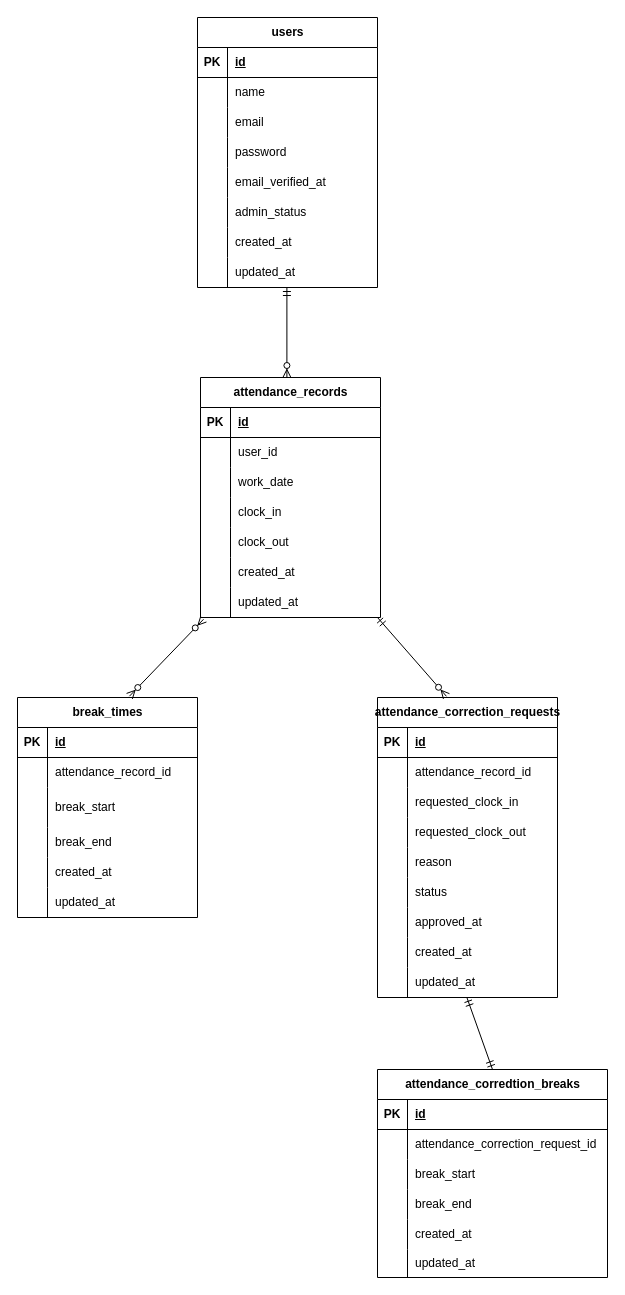
The draw.io diagram docs/er.drawio in ma-in-ko/attendance-app, before the edit. Source tidied: cells renumbered, new cells numbered last; positions are measured from the earlier drawing's top-left corner, leaving out a move shared by most shapes. Both pictures are drawn from the tidied source at 100%, with x=0, y=0 at pixel (17, 17).
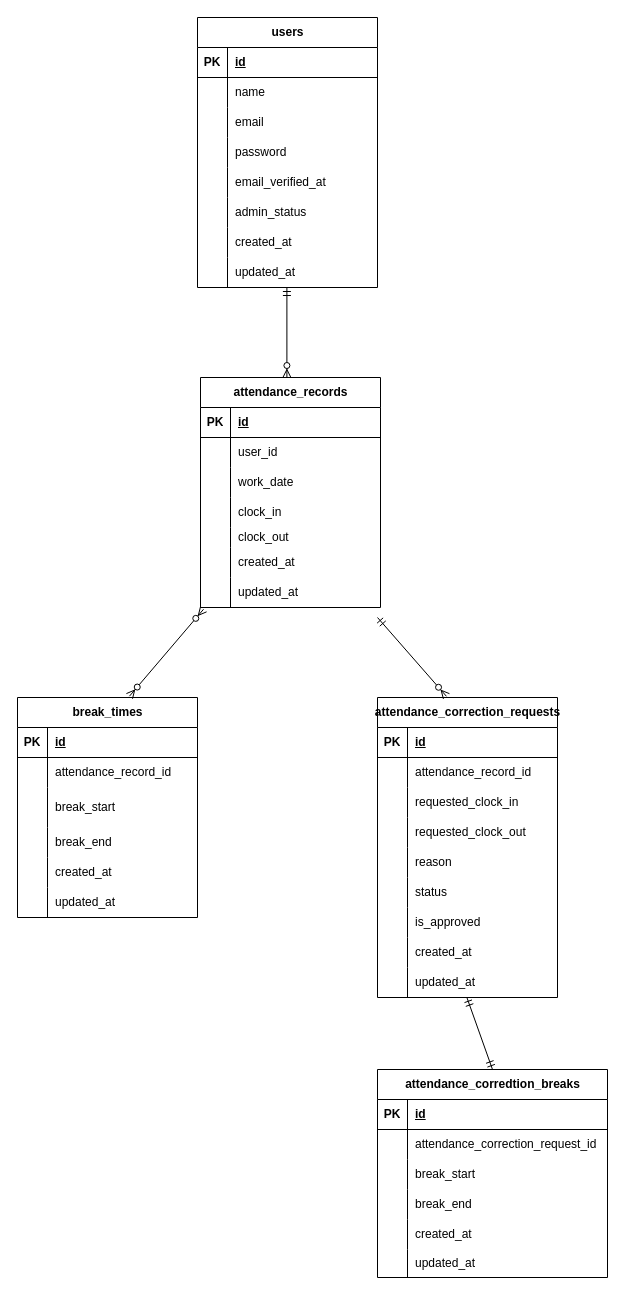
After the change.

The change refers to these unchanged cells:
```xml
<mxCell id="87" style="shape=tableRow;horizontal=0;startSize=0;swimlaneHead=0;swimlaneBody=0;fillColor=none;top=0;left=0;right=0;bottom=0;" parent="68" vertex="1">
  <mxGeometry y="210" width="180" height="30" as="geometry" />
</mxCell>
```

Diff of the diagram source:
```diff
@@
     <mxCell id="27" value="attendance_records" style="shape=table;startSize=30;childLayout=tableLayout;rowLines=0;fontStyle=1;align=center;html=1;" parent="1" vertex="1">
-      <mxGeometry x="183" y="360" width="180" height="240" as="geometry" />
+      <mxGeometry x="183" y="360" width="180" height="230" as="geometry" />
     </mxCell>
@@
     <mxCell id="40" style="shape=tableRow;horizontal=0;startSize=0;swimlaneHead=0;swimlaneBody=0;fillColor=none;top=0;left=0;right=0;bottom=0;" parent="27" vertex="1">
-      <mxGeometry y="150" width="180" height="30" as="geometry" />
+      <mxGeometry y="150" width="180" height="20" as="geometry" />
     </mxCell>
     <mxCell id="41" style="shape=partialRectangle;fillColor=none;top=0;left=0;bottom=0;right=0;overflow=hidden;whiteSpace=wrap;html=1;" parent="40" vertex="1">
-      <mxGeometry width="30" height="30" as="geometry" />
+      <mxGeometry width="30" height="20" as="geometry" />
     </mxCell>
     <mxCell id="42" value="clock_out" style="shape=partialRectangle;fillColor=none;top=0;left=0;bottom=0;right=0;align=left;spacingLeft=6;overflow=hidden;whiteSpace=wrap;html=1;" parent="40" vertex="1">
-      <mxGeometry x="30" width="150" height="30" as="geometry" />
+      <mxGeometry x="30" width="150" height="20" as="geometry" />
     </mxCell>
     <mxCell id="43" style="shape=tableRow;horizontal=0;startSize=0;swimlaneHead=0;swimlaneBody=0;fillColor=none;top=0;left=0;right=0;bottom=0;" parent="27" vertex="1">
-      <mxGeometry y="180" width="180" height="30" as="geometry" />
+      <mxGeometry y="170" width="180" height="30" as="geometry" />
     </mxCell>
@@
     <mxCell id="46" style="shape=tableRow;horizontal=0;startSize=0;swimlaneHead=0;swimlaneBody=0;fillColor=none;points=[[0,0.5],[1,0.5]];portConstraint=eastwest;top=0;left=0;right=0;bottom=0;" parent="27" vertex="1">
-      <mxGeometry y="210" width="180" height="30" as="geometry" />
+      <mxGeometry y="200" width="180" height="30" as="geometry" />
     </mxCell>
@@
-    <mxCell id="89" value="approved_at" style="shape=partialRectangle;fillColor=none;top=0;left=0;bottom=0;right=0;align=left;spacingLeft=6;overflow=hidden;whiteSpace=wrap;html=1;" parent="87" vertex="1">
+    <mxCell id="89" value="is_approved" style="shape=partialRectangle;fillColor=none;top=0;left=0;bottom=0;right=0;align=left;spacingLeft=6;overflow=hidden;whiteSpace=wrap;html=1;" parent="87" vertex="1">
       <mxGeometry x="30" width="150" height="30" as="geometry" />
     </mxCell>
```
